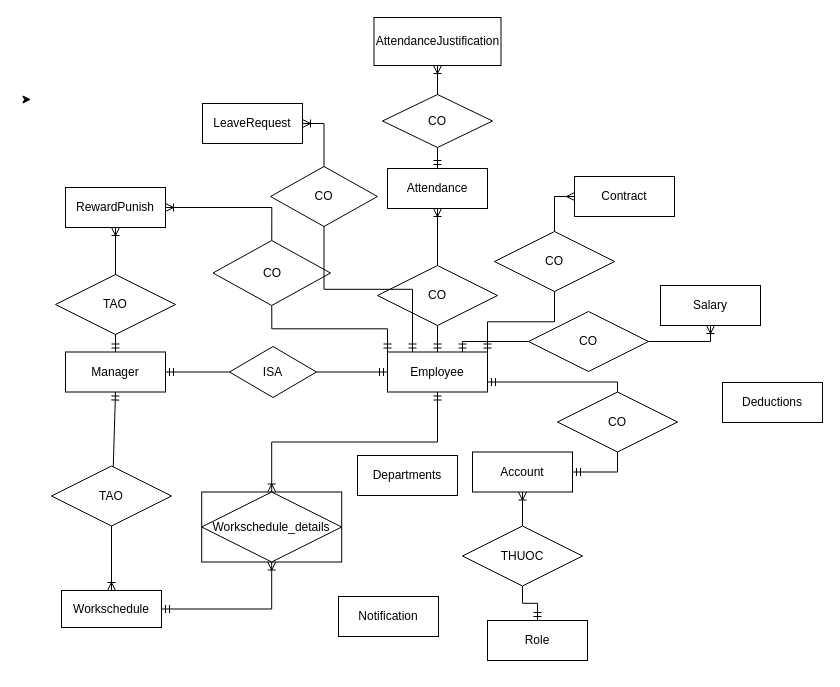
Above: page "Trang-3" (3 of 5) of tttn.drawio in VanTruongPTITHCM2002/DoAnJava (draw.io), before the change. Source tidied: cells renumbered, new cells numbered last; positions are measured from the earlier drawing's top-left corner, leaving out a move shared by most shapes. Both pictures are drawn from the tidied source at 100%, with x=0, y=0 at pixel (24, 17).
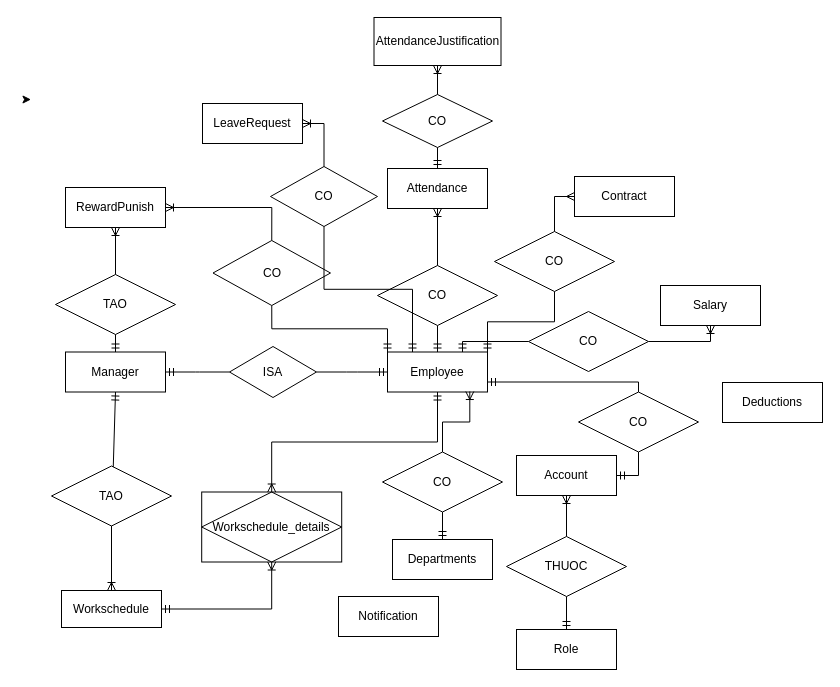
The same page after the edit.

Commit message:
Cập nhật tttn.drawio

The change refers to these unchanged cells:
```xml
<mxCell id="2" value="Employee" style="whiteSpace=wrap;html=1;align=center;" parent="1" vertex="1">
  <mxGeometry x="363" y="334.5" width="100" height="40" as="geometry" />
</mxCell>
```

Diff of the diagram source:
```diff
@@
     <mxCell id="7" value="Account" style="whiteSpace=wrap;html=1;align=center;" parent="1" vertex="1">
-      <mxGeometry x="448" y="434.5" width="100" height="40" as="geometry" />
+      <mxGeometry x="492" y="438" width="100" height="40" as="geometry" />
     </mxCell>
     <mxCell id="8" value="Role" style="whiteSpace=wrap;html=1;align=center;" parent="1" vertex="1">
-      <mxGeometry x="463" y="603" width="100" height="40" as="geometry" />
+      <mxGeometry x="492" y="612" width="100" height="40" as="geometry" />
     </mxCell>
@@
     <mxCell id="10" value="CO" style="shape=rhombus;perimeter=rhombusPerimeter;whiteSpace=wrap;html=1;align=center;" parent="1" vertex="1">
-      <mxGeometry x="533" y="374.5" width="120" height="60" as="geometry" />
+      <mxGeometry x="554" y="374.5" width="120" height="60" as="geometry" />
     </mxCell>
@@
     <mxCell id="12" value="THUOC" style="shape=rhombus;perimeter=rhombusPerimeter;whiteSpace=wrap;html=1;align=center;" parent="1" vertex="1">
-      <mxGeometry x="438" y="508.5" width="120" height="60" as="geometry" />
+      <mxGeometry x="482" y="519" width="120" height="60" as="geometry" />
     </mxCell>
@@
     <mxCell id="50" value="Departments" style="whiteSpace=wrap;html=1;align=center;" parent="1" vertex="1">
-      <mxGeometry x="333" y="438" width="100" height="40" as="geometry" />
+      <mxGeometry x="368" y="522" width="100" height="40" as="geometry" />
     </mxCell>
@@
+    <mxCell id="53" value="CO" style="shape=rhombus;perimeter=rhombusPerimeter;whiteSpace=wrap;html=1;align=center;" parent="1" vertex="1">
+      <mxGeometry x="358" y="434.5" width="120" height="60" as="geometry" />
+    </mxCell>
+    <mxCell id="54" style="fontSize=12;html=1;endArrow=ERoneToMany;rounded=0;exitX=0.5;exitY=0;exitDx=0;exitDy=0;entryX=0.823;entryY=0.988;entryDx=0;entryDy=0;entryPerimeter=0;edgeStyle=orthogonalEdgeStyle;" parent="1" edge="1" source="53" target="2">
+      <mxGeometry relative="1" as="geometry" />
+    </mxCell>
+    <mxCell id="55" style="fontSize=12;html=1;endArrow=ERmandOne;rounded=0;exitX=0.5;exitY=1;exitDx=0;exitDy=0;entryX=0.5;entryY=0;entryDx=0;entryDy=0;" parent="1" edge="1" source="53" target="50">
+      <mxGeometry relative="1" as="geometry" />
+    </mxCell>
```
